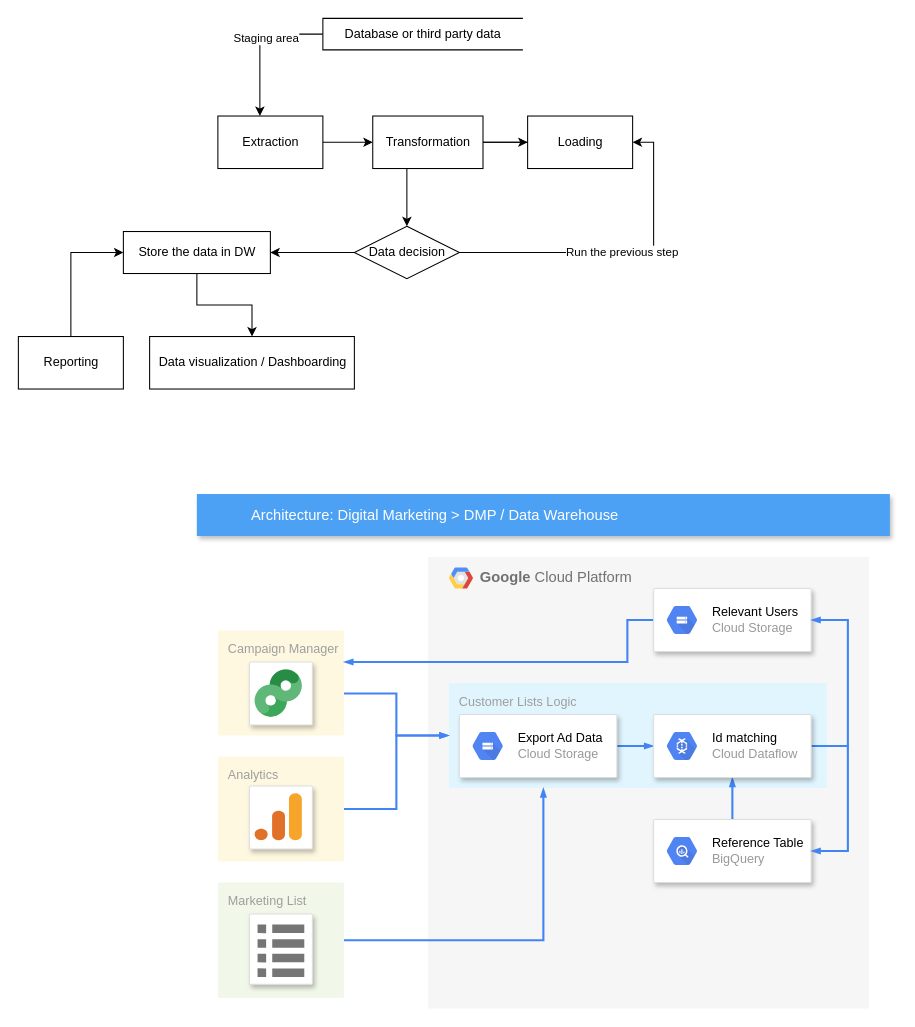
Above: Ανώνυμο διάγραμμα.drawio in yiannakisioannis/drawioDiagrams (draw.io), before the change. Source tidied: cells renumbered, new cells numbered last; positions are measured from the earlier drawing's top-left corner, leaving out a move shared by most shapes. Both pictures are drawn from the tidied source at 105%, with x=0, y=0 at pixel (18, 18).
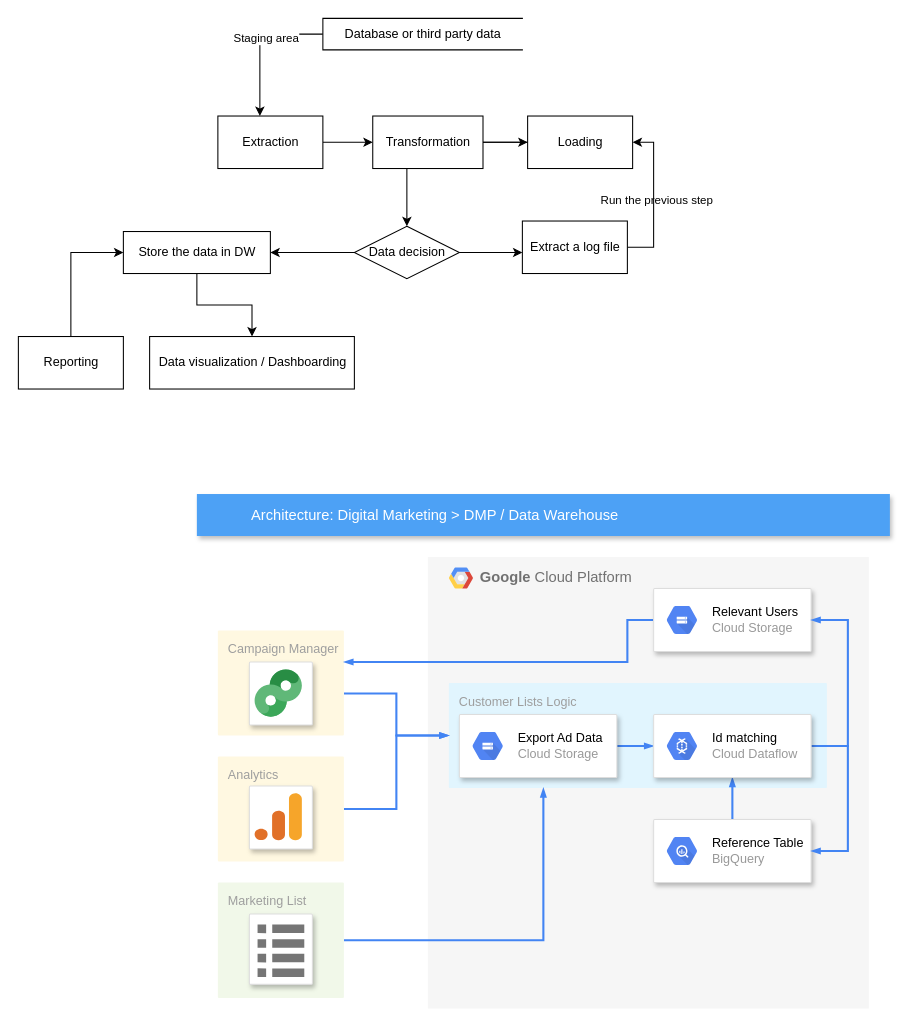
Above is the later version.

The change refers to these unchanged cells:
```xml
<mxCell id="37" value="Loading" style="html=1;dashed=0;whitespace=wrap;" parent="1" vertex="1">
  <mxGeometry x="485" y="93" width="100" height="50" as="geometry" />
</mxCell>
<mxCell id="42" value="Data decision" style="shape=rhombus;html=1;dashed=0;whitespace=wrap;perimeter=rhombusPerimeter;" parent="1" vertex="1">
  <mxGeometry x="320" y="198" width="100" height="50" as="geometry" />
</mxCell>
```

What changed in the source:
```diff
@@
-    <mxCell id="40" value="Run the previous step" style="edgeStyle=orthogonalEdgeStyle;rounded=0;jettySize=auto;html=1;exitX=1;exitY=0.5;exitDx=0;exitDy=0;entryX=1;entryY=0.5;entryDx=0;entryDy=0;" parent="1" edge="1" source="42" target="37">
-      <mxGeometry relative="1" as="geometry" />
+    <mxCell id="40" value="Run the previous step" style="edgeStyle=orthogonalEdgeStyle;rounded=0;jettySize=auto;html=1;exitX=1;exitY=0.5;exitDx=0;exitDy=0;" parent="1" edge="1" source="42">
+      <mxGeometry x="1" y="139" relative="1" as="geometry">
+        <mxPoint x="480" y="223" as="targetPoint" />
+        <mxPoint x="130" y="89" as="offset" />
+      </mxGeometry>
     </mxCell>
@@
+    <mxCell id="48" style="edgeStyle=orthogonalEdgeStyle;rounded=0;jettySize=auto;html=1;exitX=1;exitY=0.5;exitDx=0;exitDy=0;entryX=1;entryY=0.5;entryDx=0;entryDy=0;" parent="1" edge="1" source="49" target="37">
+      <mxGeometry relative="1" as="geometry" />
+    </mxCell>
+    <mxCell id="49" value="Extract a log file" style="html=1;dashed=0;whitespace=wrap;" parent="1" vertex="1">
+      <mxGeometry x="480" y="193" width="100" height="50" as="geometry" />
+    </mxCell>
```
